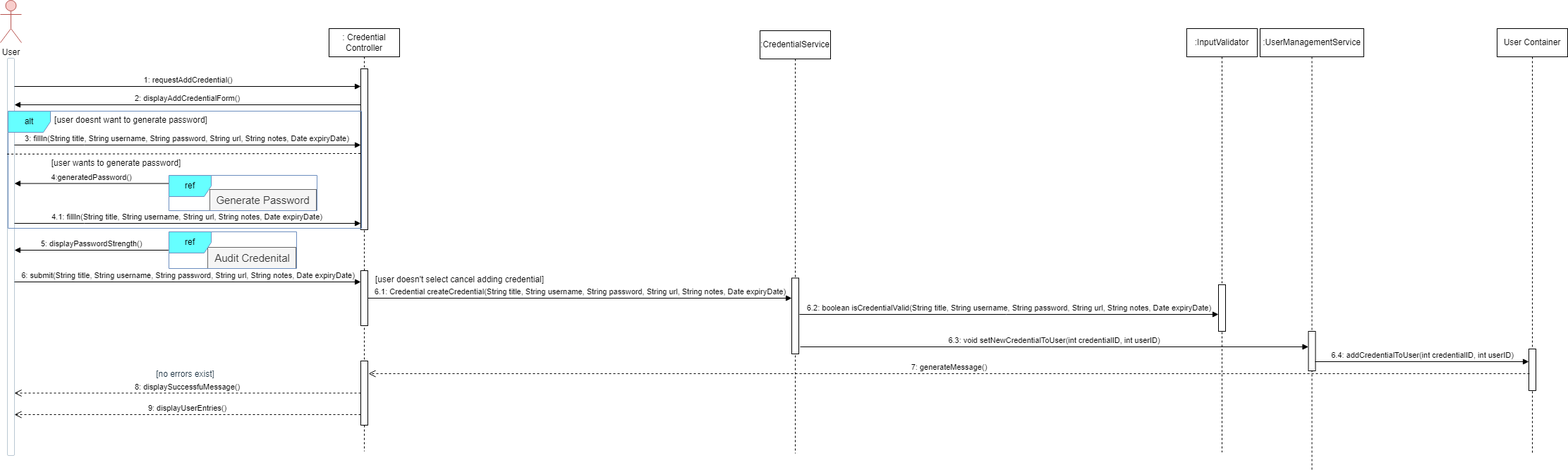
This is Diagrams/Add Credential.drawio.png from NemesisXVll/SDPGroupRepo, a draw.io export, as it was before one commit. Source tidied: cells renumbered, new cells last; positions are measured from the earlier drawing's top-left corner, leaving out a move shared by most shapes.
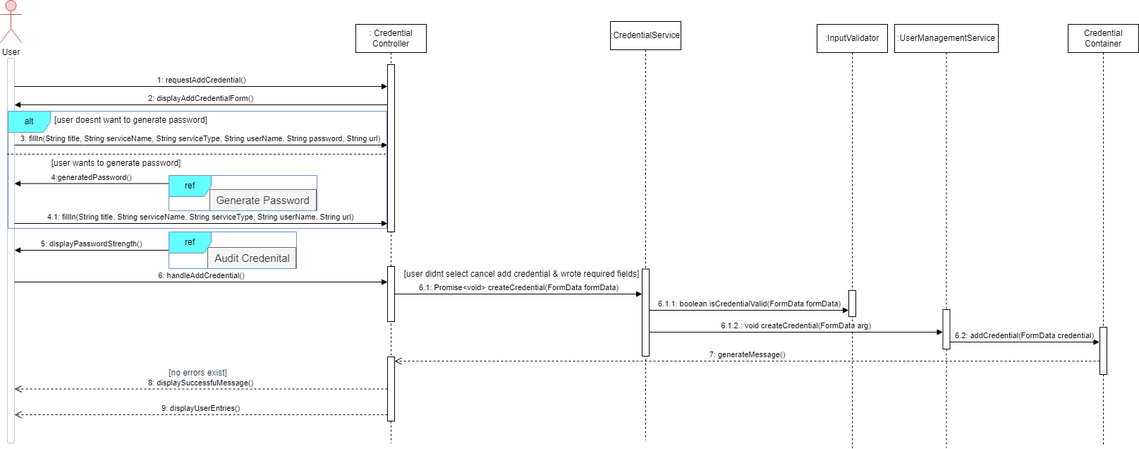
The same diagram one commit later.

The edit, as a diff of the source:
```diff
@@ -1,4 +1,4 @@
-<mxGraphModel>
+<mxGraphModel background="#FFFFFF">
   <root>
     <mxCell id="0" />
     <mxCell id="1" parent="0" />
@@ -6,13 +6,13 @@
       <mxGeometry width="30" height="60" as="geometry" />
     </mxCell>
     <mxCell id="3" style="html=1;points=[];perimeter=orthogonalPerimeter;outlineConnect=0;targetShapes=umlLifeline;portConstraint=eastwest;newEdgeStyle={&quot;edgeStyle&quot;:&quot;elbowEdgeStyle&quot;,&quot;elbow&quot;:&quot;vertical&quot;,&quot;curved&quot;:0,&quot;rounded&quot;:0};rounded=1;labelBackgroundColor=none;fillColor=#FFFFFF;strokeColor=#BAC8D3;fontColor=#182E3E;" parent="1" vertex="1">
-      <mxGeometry x="10" y="82" width="10" height="563" as="geometry" />
+      <mxGeometry x="10" y="82" width="10" height="545" as="geometry" />
     </mxCell>
     <mxCell id="4" value=": Credential Controller" style="shape=umlLifeline;perimeter=lifelinePerimeter;whiteSpace=wrap;html=1;newEdgeStyle={&quot;curved&quot;:0,&quot;rounded&quot;:0};" parent="1" vertex="1">
-      <mxGeometry x="466" y="40" width="100" height="599" as="geometry" />
+      <mxGeometry x="504" y="34" width="100" height="593" as="geometry" />
     </mxCell>
     <mxCell id="5" style="html=1;points=[[0,0,0,0,5],[0,1,0,0,-5],[1,0,0,0,5],[1,1,0,0,-5]];perimeter=orthogonalPerimeter;outlineConnect=0;targetShapes=umlLifeline;portConstraint=eastwest;newEdgeStyle={&quot;curved&quot;:0,&quot;rounded&quot;:0};" parent="4" vertex="1">
-      <mxGeometry x="45" y="57" width="10" height="228" as="geometry" />
+      <mxGeometry x="45" y="57" width="10" height="237" as="geometry" />
     </mxCell>
     <mxCell id="6" style="html=1;points=[[0,0,0,0,5],[0,1,0,0,-5],[1,0,0,0,5],[1,1,0,0,-5]];perimeter=orthogonalPerimeter;outlineConnect=0;targetShapes=umlLifeline;portConstraint=eastwest;newEdgeStyle={&quot;curved&quot;:0,&quot;rounded&quot;:0};" parent="4" vertex="1">
       <mxGeometry x="45" y="343" width="10" height="78" as="geometry" />
@@ -21,22 +21,22 @@
       <mxGeometry x="45" y="471" width="10" height="91" as="geometry" />
     </mxCell>
     <mxCell id="8" value=":InputValidator" style="shape=umlLifeline;perimeter=lifelinePerimeter;whiteSpace=wrap;html=1;newEdgeStyle={&quot;curved&quot;:0,&quot;rounded&quot;:0};" parent="1" vertex="1">
-      <mxGeometry x="1682" y="40" width="100" height="600.5" as="geometry" />
+      <mxGeometry x="1158" y="34" width="100" height="600.5" as="geometry" />
     </mxCell>
     <mxCell id="9" style="html=1;points=[[0,0,0,0,5],[0,1,0,0,-5],[1,0,0,0,5],[1,1,0,0,-5]];perimeter=orthogonalPerimeter;outlineConnect=0;targetShapes=umlLifeline;portConstraint=eastwest;newEdgeStyle={&quot;curved&quot;:0,&quot;rounded&quot;:0};" parent="8" vertex="1">
-      <mxGeometry x="45" y="363" width="10" height="66" as="geometry" />
+      <mxGeometry x="45" y="377" width="10" height="37" as="geometry" />
     </mxCell>
     <mxCell id="10" value=":UserManagementService" style="shape=umlLifeline;perimeter=lifelinePerimeter;whiteSpace=wrap;html=1;newEdgeStyle={&quot;curved&quot;:0,&quot;rounded&quot;:0};" parent="1" vertex="1">
-      <mxGeometry x="1786" y="40" width="147" height="625" as="geometry" />
+      <mxGeometry x="1268" y="34" width="147" height="600" as="geometry" />
     </mxCell>
     <mxCell id="11" style="html=1;points=[[0,0,0,0,5],[0,1,0,0,-5],[1,0,0,0,5],[1,1,0,0,-5]];perimeter=orthogonalPerimeter;outlineConnect=0;targetShapes=umlLifeline;portConstraint=eastwest;newEdgeStyle={&quot;curved&quot;:0,&quot;rounded&quot;:0};" parent="10" vertex="1">
-      <mxGeometry x="68.5" y="429" width="10" height="56" as="geometry" />
+      <mxGeometry x="68.5" y="404" width="10" height="56" as="geometry" />
     </mxCell>
     <mxCell id="12" value=":CredentialService" style="shape=umlLifeline;perimeter=lifelinePerimeter;whiteSpace=wrap;html=1;newEdgeStyle={&quot;curved&quot;:0,&quot;rounded&quot;:0};" parent="1" vertex="1">
-      <mxGeometry x="1077" y="43" width="100" height="599" as="geometry" />
+      <mxGeometry x="865" y="30" width="100" height="593" as="geometry" />
     </mxCell>
     <mxCell id="13" style="html=1;points=[[0,0,0,0,5],[0,1,0,0,-5],[1,0,0,0,5],[1,1,0,0,-5]];perimeter=orthogonalPerimeter;outlineConnect=0;targetShapes=umlLifeline;portConstraint=eastwest;newEdgeStyle={&quot;curved&quot;:0,&quot;rounded&quot;:0};" parent="12" vertex="1">
-      <mxGeometry x="45" y="350.5" width="10" height="107.5" as="geometry" />
+      <mxGeometry x="45" y="350.5" width="10" height="123.5" as="geometry" />
     </mxCell>
     <mxCell id="14" value="1: requestAddCredential()" style="html=1;verticalAlign=bottom;endArrow=block;curved=0;rounded=0;" parent="1" edge="1" target="5">
       <mxGeometry relative="1" as="geometry">
@@ -48,7 +48,7 @@
         <mxPoint x="20" y="148" as="targetPoint" />
       </mxGeometry>
     </mxCell>
-    <mxCell id="16" value="3: fillIn(String title, String username, String password, String url, String notes, Date expiryDate)&amp;nbsp;" style="html=1;verticalAlign=bottom;endArrow=block;curved=0;rounded=0;" parent="1" edge="1" target="5">
+    <mxCell id="16" value="3: fillIn(String title, String serviceName, String serviceType, String userName, String password, String url)&amp;nbsp;" style="html=1;verticalAlign=bottom;endArrow=block;curved=0;rounded=0;" parent="1" edge="1" target="5">
       <mxGeometry relative="1" as="geometry">
         <mxPoint x="20" y="205" as="sourcePoint" />
         <Array as="points">
@@ -57,15 +57,14 @@
       </mxGeometry>
     </mxCell>
     <mxCell id="17" value="alt" style="shape=umlFrame;whiteSpace=wrap;html=1;fillColor=#66FFFF;strokeColor=#6c8ebf;" parent="1" vertex="1">
-      <mxGeometry x="11" y="157" width="501" height="166" as="geometry" />
+      <mxGeometry x="11" y="157" width="537" height="166" as="geometry" />
     </mxCell>
     <mxCell id="18" value="[user doesnt want to generate password]" style="text;html=1;align=center;verticalAlign=middle;strokeColor=none;fillColor=none;" parent="1" vertex="1">
       <mxGeometry x="67" y="157" width="235" height="26" as="geometry" />
     </mxCell>
-    <mxCell id="19" style="endArrow=none;dashed=1;html=1;rounded=0;entryX=1;entryY=0.325;entryDx=0;entryDy=0;entryPerimeter=0;exitX=-0.006;exitY=0.33;exitDx=0;exitDy=0;exitPerimeter=0;" parent="1" edge="1">
+    <mxCell id="19" style="endArrow=none;dashed=1;html=1;rounded=0;exitX=-0.006;exitY=0.33;exitDx=0;exitDy=0;exitPerimeter=0;" parent="1" edge="1" target="5">
       <mxGeometry relative="1" as="geometry">
         <mxPoint x="9.5" y="217.8" as="sourcePoint" />
-        <mxPoint x="513.5" y="217" as="targetPoint" />
       </mxGeometry>
     </mxCell>
     <mxCell id="20" value="[user wants to generate password]" style="text;html=1;align=center;verticalAlign=middle;strokeColor=none;fillColor=none;" parent="1" vertex="1">
@@ -74,10 +73,9 @@
     <mxCell id="21" value="4:generatedPassword()" style="html=1;verticalAlign=bottom;endArrow=block;curved=0;rounded=0;exitX=0.002;exitY=0.23;exitDx=0;exitDy=0;exitPerimeter=0;" parent="1" edge="1" source="31" target="3">
       <mxGeometry relative="1" as="geometry" />
     </mxCell>
-    <mxCell id="22" value="4.1: fillIn(String title, String username, String url, String notes, Date expiryDate)&amp;nbsp;" style="html=1;verticalAlign=bottom;endArrow=block;curved=0;rounded=0;" parent="1" edge="1">
+    <mxCell id="22" value="4.1: fillIn(String title, String serviceName, String serviceType, String userName, String url)&amp;nbsp;" style="html=1;verticalAlign=bottom;endArrow=block;curved=0;rounded=0;" parent="1" edge="1" target="5">
       <mxGeometry relative="1" as="geometry">
         <mxPoint x="20" y="316" as="sourcePoint" />
-        <mxPoint x="511" y="316" as="targetPoint" />
         <Array as="points">
           <mxPoint x="119" y="316" />
         </Array>
@@ -86,10 +84,9 @@
     <mxCell id="23" value="5: displayPasswordStrength()" style="html=1;verticalAlign=bottom;endArrow=block;curved=0;rounded=0;exitX=-0.004;exitY=0.5;exitDx=0;exitDy=0;exitPerimeter=0;" parent="1" edge="1" source="28" target="3">
       <mxGeometry relative="1" as="geometry" />
     </mxCell>
-    <mxCell id="24" value="6: submit(String title, String username, String password, String url, String notes, Date expiryDate)" style="html=1;verticalAlign=bottom;endArrow=block;curved=0;rounded=0;" parent="1" edge="1">
+    <mxCell id="24" value="6: handleAddCredential()" style="html=1;verticalAlign=bottom;endArrow=block;curved=0;rounded=0;" parent="1" edge="1" target="6">
       <mxGeometry relative="1" as="geometry">
         <mxPoint x="20" y="399" as="sourcePoint" />
-        <mxPoint x="511" y="399" as="targetPoint" />
       </mxGeometry>
     </mxCell>
     <mxCell id="25" style="group;" parent="1" vertex="1">
@@ -113,50 +110,51 @@
     <mxCell id="31" value="ref" style="shape=umlFrame;whiteSpace=wrap;html=1;fillColor=#66FFFF;strokeColor=#6c8ebf;" parent="29" vertex="1">
       <mxGeometry width="210" height="50" as="geometry" />
     </mxCell>
-    <mxCell id="32" value="6.1: Credential createCredential(String title, String username, String password, String url, String notes, Date expiryDate)" style="html=1;verticalAlign=bottom;endArrow=block;curved=0;rounded=0;" parent="1" edge="1" source="6" target="13">
+    <mxCell id="32" value="6.1: Promise&amp;lt;void&amp;gt; createCredential(FormData formData)" style="html=1;verticalAlign=bottom;endArrow=block;curved=0;rounded=0;" parent="1" edge="1" source="6" target="13">
       <mxGeometry relative="1" as="geometry" />
     </mxCell>
-    <mxCell id="33" value="6.3: void setNewCredentialToUser(int credentialID, int userID)" style="html=1;verticalAlign=bottom;endArrow=block;curved=0;rounded=0;" parent="1" edge="1" target="11">
+    <mxCell id="33" value="6.1.2.: void createCredential(FormData arg)" style="html=1;verticalAlign=bottom;endArrow=block;curved=0;rounded=0;" parent="1" edge="1" target="11">
       <mxGeometry relative="1" as="geometry">
-        <mxPoint x="1134" y="491" as="sourcePoint" />
+        <mxPoint x="920" y="470" as="sourcePoint" />
       </mxGeometry>
     </mxCell>
-    <mxCell id="34" value="6.2: boolean isCredentialValid(String title, String username, String password, String url, String notes, Date expiryDate)" style="html=1;verticalAlign=bottom;endArrow=block;curved=0;rounded=0;" parent="1" edge="1" target="9">
+    <mxCell id="34" value="6.1.1: boolean isCredentialValid(FormData formData)" style="html=1;verticalAlign=bottom;endArrow=block;curved=0;rounded=0;" parent="1" edge="1">
       <mxGeometry relative="1" as="geometry">
-        <mxPoint x="1133" y="445" as="sourcePoint" />
+        <mxPoint x="920" y="439" as="sourcePoint" />
+        <mxPoint x="1203" y="439" as="targetPoint" />
       </mxGeometry>
     </mxCell>
-    <mxCell id="35" value="[user doesn't select cancel adding credential]" style="text;html=1;align=center;verticalAlign=middle;strokeColor=none;fillColor=none;" parent="1" vertex="1">
-      <mxGeometry x="522" y="383" width="257" height="26" as="geometry" />
+    <mxCell id="35" value="[user didnt select cancel add credential &amp;amp; wrote required fields]" style="text;html=1;align=center;verticalAlign=middle;strokeColor=none;fillColor=none;" parent="1" vertex="1">
+      <mxGeometry x="563" y="375" width="352" height="26" as="geometry" />
     </mxCell>
-    <mxCell id="36" value="User Container" style="shape=umlLifeline;perimeter=lifelinePerimeter;whiteSpace=wrap;html=1;newEdgeStyle={&quot;curved&quot;:0,&quot;rounded&quot;:0};" parent="1" vertex="1">
-      <mxGeometry x="2122" y="40" width="100" height="601" as="geometry" />
+    <mxCell id="36" value="Credential Container" style="shape=umlLifeline;perimeter=lifelinePerimeter;whiteSpace=wrap;html=1;newEdgeStyle={&quot;curved&quot;:0,&quot;rounded&quot;:0};" parent="1" vertex="1">
+      <mxGeometry x="1514" y="34" width="100" height="598" as="geometry" />
     </mxCell>
     <mxCell id="37" style="html=1;points=[[0,0,0,0,5],[0,1,0,0,-5],[1,0,0,0,5],[1,1,0,0,-5]];perimeter=orthogonalPerimeter;outlineConnect=0;targetShapes=umlLifeline;portConstraint=eastwest;newEdgeStyle={&quot;curved&quot;:0,&quot;rounded&quot;:0};" parent="36" vertex="1">
-      <mxGeometry x="45" y="454" width="10" height="59" as="geometry" />
+      <mxGeometry x="45" y="429" width="10" height="67" as="geometry" />
     </mxCell>
-    <mxCell id="38" value="6.4: addCredentialToUser(int credentialID, int userID)" style="html=1;verticalAlign=bottom;endArrow=block;curved=0;rounded=0;" parent="1" edge="1" target="37">
+    <mxCell id="38" value="6.2: addCredential(FormData credential)" style="html=1;verticalAlign=bottom;endArrow=block;curved=0;rounded=0;" parent="1" edge="1">
       <mxGeometry relative="1" as="geometry">
-        <mxPoint x="1864" y="512" as="sourcePoint" />
+        <mxPoint x="1346" y="484" as="sourcePoint" />
+        <mxPoint x="1558.5" y="484" as="targetPoint" />
       </mxGeometry>
     </mxCell>
     <mxCell id="39" value="7: generateMessage()" style="html=1;verticalAlign=bottom;endArrow=open;dashed=1;endSize=8;curved=0;rounded=0;" parent="1" edge="1">
       <mxGeometry relative="1" as="geometry">
-        <mxPoint x="2168" y="529" as="sourcePoint" />
-        <mxPoint x="522" y="529" as="targetPoint" />
+        <mxPoint x="1559" y="511" as="sourcePoint" />
+        <mxPoint x="559" y="511" as="targetPoint" />
       </mxGeometry>
     </mxCell>
     <mxCell id="40" value="8: displaySuccessfuMessage()" style="html=1;verticalAlign=bottom;endArrow=open;dashed=1;endSize=8;curved=0;rounded=0;" parent="1" edge="1" source="7" target="3">
       <mxGeometry relative="1" as="geometry" />
     </mxCell>
-    <mxCell id="41" value="9: displayUserEntries()" style="html=1;verticalAlign=bottom;endArrow=open;dashed=1;endSize=8;curved=0;rounded=0;" parent="1" edge="1">
+    <mxCell id="41" value="9: displayUserEntries()" style="html=1;verticalAlign=bottom;endArrow=open;dashed=1;endSize=8;curved=0;rounded=0;" parent="1" edge="1" source="7">
       <mxGeometry relative="1" as="geometry">
-        <mxPoint x="511" y="587" as="sourcePoint" />
         <mxPoint x="20" y="587" as="targetPoint" />
       </mxGeometry>
     </mxCell>
     <mxCell id="42" value="[no errors exist]" style="text;html=1;align=center;verticalAlign=middle;strokeColor=none;fillColor=none;rounded=1;labelBackgroundColor=none;fontColor=#182E3E;" parent="1" vertex="1">
-      <mxGeometry x="211.5" y="517" width="101" height="26" as="geometry" />
+      <mxGeometry x="229" y="515" width="101" height="26" as="geometry" />
     </mxCell>
   </root>
 </mxGraphModel>
```
